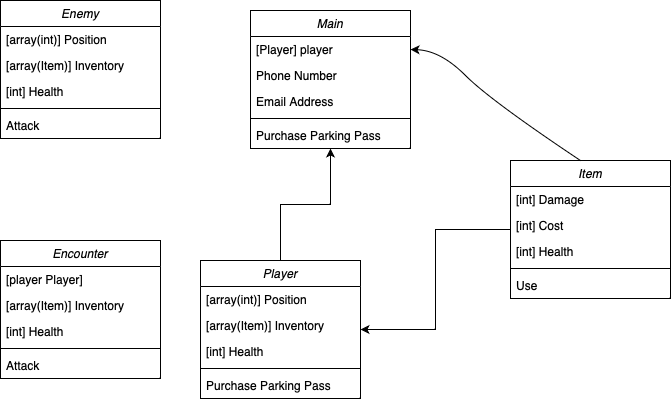
Before: images/ClassDiagram.png, a diagram exported from draw.io (OliverGibbons1/APCompPro24Group). Source tidied: cells renumbered, new cells last; positions are measured from the earlier drawing's top-left corner, leaving out a move shared by most shapes. Source of this version:
```xml
<mxGraphModel>
  <root>
    <mxCell id="0" />
    <mxCell id="1" parent="0" />
    <mxCell id="2" value="Main" style="swimlane;fontStyle=2;align=center;verticalAlign=top;horizontal=1;startSize=26;rounded=0;shadow=0;strokeWidth=1;" parent="1" vertex="1">
      <mxGeometry x="250" y="10" width="160" height="138" as="geometry" />
    </mxCell>
    <mxCell id="3" value="[Player] player" style="text;align=left;verticalAlign=top;spacingLeft=4;spacingRight=4;overflow=hidden;points=[[0,0.5],[1,0.5]];portConstraint=eastwest;" parent="2" vertex="1">
      <mxGeometry y="26" width="160" height="26" as="geometry" />
    </mxCell>
    <mxCell id="4" value="Phone Number" style="text;align=left;verticalAlign=top;spacingLeft=4;spacingRight=4;overflow=hidden;points=[[0,0.5],[1,0.5]];portConstraint=eastwest;rounded=0;shadow=0;html=0;" parent="2" vertex="1">
      <mxGeometry y="52" width="160" height="26" as="geometry" />
    </mxCell>
    <mxCell id="5" value="Email Address" style="text;align=left;verticalAlign=top;spacingLeft=4;spacingRight=4;overflow=hidden;rounded=0;shadow=0;html=0;" parent="2" vertex="1">
      <mxGeometry y="78" width="160" height="26" as="geometry" />
    </mxCell>
    <mxCell id="6" style="line;html=1;strokeWidth=1;align=left;verticalAlign=middle;spacingTop=-1;spacingLeft=3;spacingRight=3;labelPosition=right;" parent="2" vertex="1">
      <mxGeometry y="104" width="160" height="8" as="geometry" />
    </mxCell>
    <mxCell id="7" value="Purchase Parking Pass" style="text;align=left;verticalAlign=top;spacingLeft=4;spacingRight=4;overflow=hidden;points=[[0,0.5],[1,0.5]];portConstraint=eastwest;" parent="2" vertex="1">
      <mxGeometry y="112" width="160" height="26" as="geometry" />
    </mxCell>
    <mxCell id="8" style="edgeStyle=orthogonalEdgeStyle;rounded=0;jettySize=auto;html=1;" parent="1" edge="1" source="9" target="2">
      <mxGeometry relative="1" as="geometry" />
    </mxCell>
    <mxCell id="9" value="Player" style="swimlane;fontStyle=2;align=center;verticalAlign=top;horizontal=1;startSize=26;rounded=0;shadow=0;strokeWidth=1;" parent="1" vertex="1">
      <mxGeometry x="200" y="260" width="160" height="138" as="geometry" />
    </mxCell>
    <mxCell id="10" value="[array(int)] Position" style="text;align=left;verticalAlign=top;spacingLeft=4;spacingRight=4;overflow=hidden;rounded=0;shadow=0;html=0;" parent="9" vertex="1">
      <mxGeometry y="26" width="160" height="26" as="geometry" />
    </mxCell>
    <mxCell id="11" value="[array(Item)] Inventory" style="text;align=left;verticalAlign=top;spacingLeft=4;spacingRight=4;overflow=hidden;rounded=0;shadow=0;html=0;" parent="9" vertex="1">
      <mxGeometry y="52" width="160" height="26" as="geometry" />
    </mxCell>
    <mxCell id="12" value="[int] Health" style="text;align=left;verticalAlign=top;spacingLeft=4;spacingRight=4;overflow=hidden;rounded=0;shadow=0;html=0;" parent="9" vertex="1">
      <mxGeometry y="78" width="160" height="26" as="geometry" />
    </mxCell>
    <mxCell id="13" style="line;html=1;strokeWidth=1;align=left;verticalAlign=middle;spacingTop=-1;spacingLeft=3;spacingRight=3;labelPosition=right;" parent="9" vertex="1">
      <mxGeometry y="104" width="160" height="8" as="geometry" />
    </mxCell>
    <mxCell id="14" value="Purchase Parking Pass" style="text;align=left;verticalAlign=top;spacingLeft=4;spacingRight=4;overflow=hidden;" parent="9" vertex="1">
      <mxGeometry y="112" width="160" height="26" as="geometry" />
    </mxCell>
    <mxCell id="15" style="edgeStyle=orthogonalEdgeStyle;rounded=0;jettySize=auto;html=1;" parent="1" edge="1" source="16" target="9">
      <mxGeometry relative="1" as="geometry" />
    </mxCell>
    <mxCell id="16" value="Item" style="swimlane;fontStyle=2;align=center;verticalAlign=top;horizontal=1;startSize=26;rounded=0;shadow=0;strokeWidth=1;" parent="1" vertex="1">
      <mxGeometry x="510" y="160" width="160" height="138" as="geometry" />
    </mxCell>
    <mxCell id="17" value="[int] Damage" style="text;align=left;verticalAlign=top;spacingLeft=4;spacingRight=4;overflow=hidden;rounded=0;shadow=0;html=0;" parent="16" vertex="1">
      <mxGeometry y="26" width="160" height="26" as="geometry" />
    </mxCell>
    <mxCell id="18" value="[int] Cost" style="text;align=left;verticalAlign=top;spacingLeft=4;spacingRight=4;overflow=hidden;rounded=0;shadow=0;html=0;" parent="16" vertex="1">
      <mxGeometry y="52" width="160" height="26" as="geometry" />
    </mxCell>
    <mxCell id="19" value="[int] Health" style="text;align=left;verticalAlign=top;spacingLeft=4;spacingRight=4;overflow=hidden;rounded=0;shadow=0;html=0;" parent="16" vertex="1">
      <mxGeometry y="78" width="160" height="26" as="geometry" />
    </mxCell>
    <mxCell id="20" style="line;html=1;strokeWidth=1;align=left;verticalAlign=middle;spacingTop=-1;spacingLeft=3;spacingRight=3;labelPosition=right;" parent="16" vertex="1">
      <mxGeometry y="104" width="160" height="8" as="geometry" />
    </mxCell>
    <mxCell id="21" value="Use" style="text;align=left;verticalAlign=top;spacingLeft=4;spacingRight=4;overflow=hidden;" parent="16" vertex="1">
      <mxGeometry y="112" width="160" height="26" as="geometry" />
    </mxCell>
    <mxCell id="22" style="curved=1;endArrow=classic;html=1;rounded=0;exitX=0.437;exitY=0;exitDx=0;exitDy=0;exitPerimeter=0;entryX=1;entryY=0.5;entryDx=0;entryDy=0;" parent="1" edge="1" source="16" target="3">
      <mxGeometry relative="1" as="geometry">
        <Array as="points">
          <mxPoint x="490" y="100" />
          <mxPoint x="440" y="50" />
        </Array>
      </mxGeometry>
    </mxCell>
    <mxCell id="23" value="Enemy" style="swimlane;fontStyle=2;align=center;verticalAlign=top;horizontal=1;startSize=26;rounded=0;shadow=0;strokeWidth=1;" parent="1" vertex="1">
      <mxGeometry width="160" height="138" as="geometry" />
    </mxCell>
    <mxCell id="24" value="[array(int)] Position" style="text;align=left;verticalAlign=top;spacingLeft=4;spacingRight=4;overflow=hidden;rounded=0;shadow=0;html=0;" parent="23" vertex="1">
      <mxGeometry y="26" width="160" height="26" as="geometry" />
    </mxCell>
    <mxCell id="25" value="[array(Item)] Inventory" style="text;align=left;verticalAlign=top;spacingLeft=4;spacingRight=4;overflow=hidden;rounded=0;shadow=0;html=0;" parent="23" vertex="1">
      <mxGeometry y="52" width="160" height="26" as="geometry" />
    </mxCell>
    <mxCell id="26" value="[int] Health" style="text;align=left;verticalAlign=top;spacingLeft=4;spacingRight=4;overflow=hidden;rounded=0;shadow=0;html=0;" parent="23" vertex="1">
      <mxGeometry y="78" width="160" height="26" as="geometry" />
    </mxCell>
    <mxCell id="27" style="line;html=1;strokeWidth=1;align=left;verticalAlign=middle;spacingTop=-1;spacingLeft=3;spacingRight=3;labelPosition=right;" parent="23" vertex="1">
      <mxGeometry y="104" width="160" height="8" as="geometry" />
    </mxCell>
    <mxCell id="28" value="Attack" style="text;align=left;verticalAlign=top;spacingLeft=4;spacingRight=4;overflow=hidden;" parent="23" vertex="1">
      <mxGeometry y="112" width="160" height="26" as="geometry" />
    </mxCell>
    <mxCell id="29" value="Encounter" style="swimlane;fontStyle=2;align=center;verticalAlign=top;horizontal=1;startSize=26;rounded=0;shadow=0;strokeWidth=1;" parent="1" vertex="1">
      <mxGeometry y="240" width="160" height="138" as="geometry" />
    </mxCell>
    <mxCell id="30" value="[player Player]" style="text;align=left;verticalAlign=top;spacingLeft=4;spacingRight=4;overflow=hidden;rounded=0;shadow=0;html=0;" parent="29" vertex="1">
      <mxGeometry y="26" width="160" height="26" as="geometry" />
    </mxCell>
    <mxCell id="31" value="[array(Item)] Inventory" style="text;align=left;verticalAlign=top;spacingLeft=4;spacingRight=4;overflow=hidden;rounded=0;shadow=0;html=0;" parent="29" vertex="1">
      <mxGeometry y="52" width="160" height="26" as="geometry" />
    </mxCell>
    <mxCell id="32" value="[int] Health" style="text;align=left;verticalAlign=top;spacingLeft=4;spacingRight=4;overflow=hidden;rounded=0;shadow=0;html=0;" parent="29" vertex="1">
      <mxGeometry y="78" width="160" height="26" as="geometry" />
    </mxCell>
    <mxCell id="33" style="line;html=1;strokeWidth=1;align=left;verticalAlign=middle;spacingTop=-1;spacingLeft=3;spacingRight=3;labelPosition=right;" parent="29" vertex="1">
      <mxGeometry y="104" width="160" height="8" as="geometry" />
    </mxCell>
    <mxCell id="34" value="Attack" style="text;align=left;verticalAlign=top;spacingLeft=4;spacingRight=4;overflow=hidden;" parent="29" vertex="1">
      <mxGeometry y="112" width="160" height="26" as="geometry" />
    </mxCell>
  </root>
</mxGraphModel>
```
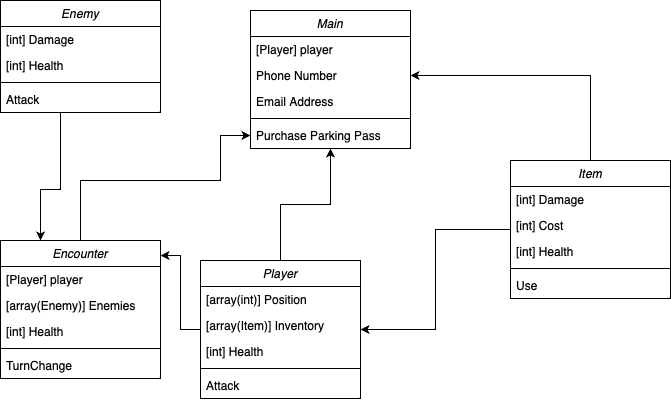
After the commit.

Change to the diagram source:
```diff
@@ -38,12 +38,15 @@
     <mxCell id="13" style="line;html=1;strokeWidth=1;align=left;verticalAlign=middle;spacingTop=-1;spacingLeft=3;spacingRight=3;labelPosition=right;" parent="9" vertex="1">
       <mxGeometry y="104" width="160" height="8" as="geometry" />
     </mxCell>
-    <mxCell id="14" value="Purchase Parking Pass" style="text;align=left;verticalAlign=top;spacingLeft=4;spacingRight=4;overflow=hidden;" parent="9" vertex="1">
+    <mxCell id="14" value="Attack" style="text;align=left;verticalAlign=top;spacingLeft=4;spacingRight=4;overflow=hidden;" parent="9" vertex="1">
       <mxGeometry y="112" width="160" height="26" as="geometry" />
     </mxCell>
     <mxCell id="15" style="edgeStyle=orthogonalEdgeStyle;rounded=0;jettySize=auto;html=1;" parent="1" edge="1" source="16" target="9">
       <mxGeometry relative="1" as="geometry" />
     </mxCell>
+    <mxCell id="35" style="edgeStyle=orthogonalEdgeStyle;rounded=0;jettySize=auto;html=1;exitX=0.5;exitY=0;exitDx=0;exitDy=0;entryX=1;entryY=0.5;entryDx=0;entryDy=0;" parent="1" edge="1" source="16" target="4">
+      <mxGeometry relative="1" as="geometry" />
+    </mxCell>
     <mxCell id="16" value="Item" style="swimlane;fontStyle=2;align=center;verticalAlign=top;horizontal=1;startSize=26;rounded=0;shadow=0;strokeWidth=1;" parent="1" vertex="1">
       <mxGeometry x="510" y="160" width="160" height="138" as="geometry" />
     </mxCell>
@@ -62,39 +65,45 @@
     <mxCell id="21" value="Use" style="text;align=left;verticalAlign=top;spacingLeft=4;spacingRight=4;overflow=hidden;" parent="16" vertex="1">
       <mxGeometry y="112" width="160" height="26" as="geometry" />
     </mxCell>
-    <mxCell id="22" style="curved=1;endArrow=classic;html=1;rounded=0;exitX=0.437;exitY=0;exitDx=0;exitDy=0;exitPerimeter=0;entryX=1;entryY=0.5;entryDx=0;entryDy=0;" parent="1" edge="1" source="16" target="3">
-      <mxGeometry relative="1" as="geometry">
-        <Array as="points">
-          <mxPoint x="490" y="100" />
-          <mxPoint x="440" y="50" />
-        </Array>
-      </mxGeometry>
-    </mxCell>
+    <mxCell id="36" style="edgeStyle=orthogonalEdgeStyle;rounded=0;jettySize=auto;html=1;entryX=0.25;entryY=0;entryDx=0;entryDy=0;" parent="1" edge="1" source="23" target="29">
+      <mxGeometry relative="1" as="geometry">
+        <Array as="points">
+          <mxPoint x="60" y="189" />
+          <mxPoint x="40" y="189" />
+        </Array>
+      </mxGeometry>
+    </mxCell>
     <mxCell id="23" value="Enemy" style="swimlane;fontStyle=2;align=center;verticalAlign=top;horizontal=1;startSize=26;rounded=0;shadow=0;strokeWidth=1;" parent="1" vertex="1">
-      <mxGeometry width="160" height="138" as="geometry" />
+      <mxGeometry width="160" height="112" as="geometry" />
     </mxCell>
-    <mxCell id="24" value="[array(int)] Position" style="text;align=left;verticalAlign=top;spacingLeft=4;spacingRight=4;overflow=hidden;rounded=0;shadow=0;html=0;" parent="23" vertex="1">
-      <mxGeometry y="26" width="160" height="26" as="geometry" />
-    </mxCell>
-    <mxCell id="25" value="[array(Item)] Inventory" style="text;align=left;verticalAlign=top;spacingLeft=4;spacingRight=4;overflow=hidden;rounded=0;shadow=0;html=0;" parent="23" vertex="1">
-      <mxGeometry y="52" width="160" height="26" as="geometry" />
+    <mxCell id="25" value="[int] Damage" style="text;align=left;verticalAlign=top;spacingLeft=4;spacingRight=4;overflow=hidden;rounded=0;shadow=0;html=0;" parent="23" vertex="1">
+      <mxGeometry y="26" width="160" height="26" as="geometry" />
     </mxCell>
     <mxCell id="26" value="[int] Health" style="text;align=left;verticalAlign=top;spacingLeft=4;spacingRight=4;overflow=hidden;rounded=0;shadow=0;html=0;" parent="23" vertex="1">
-      <mxGeometry y="78" width="160" height="26" as="geometry" />
+      <mxGeometry y="52" width="160" height="26" as="geometry" />
     </mxCell>
     <mxCell id="27" style="line;html=1;strokeWidth=1;align=left;verticalAlign=middle;spacingTop=-1;spacingLeft=3;spacingRight=3;labelPosition=right;" parent="23" vertex="1">
-      <mxGeometry y="104" width="160" height="8" as="geometry" />
+      <mxGeometry y="78" width="160" height="8" as="geometry" />
     </mxCell>
     <mxCell id="28" value="Attack" style="text;align=left;verticalAlign=top;spacingLeft=4;spacingRight=4;overflow=hidden;" parent="23" vertex="1">
-      <mxGeometry y="112" width="160" height="26" as="geometry" />
+      <mxGeometry y="86" width="160" height="26" as="geometry" />
     </mxCell>
+    <mxCell id="37" style="edgeStyle=orthogonalEdgeStyle;rounded=0;jettySize=auto;html=1;exitX=0.5;exitY=0;exitDx=0;exitDy=0;entryX=0;entryY=0.5;entryDx=0;entryDy=0;" parent="1" edge="1" source="29" target="7">
+      <mxGeometry relative="1" as="geometry">
+        <Array as="points">
+          <mxPoint x="80" y="180" />
+          <mxPoint x="220" y="180" />
+          <mxPoint x="220" y="135" />
+        </Array>
+      </mxGeometry>
+    </mxCell>
     <mxCell id="29" value="Encounter" style="swimlane;fontStyle=2;align=center;verticalAlign=top;horizontal=1;startSize=26;rounded=0;shadow=0;strokeWidth=1;" parent="1" vertex="1">
       <mxGeometry y="240" width="160" height="138" as="geometry" />
     </mxCell>
-    <mxCell id="30" value="[player Player]" style="text;align=left;verticalAlign=top;spacingLeft=4;spacingRight=4;overflow=hidden;rounded=0;shadow=0;html=0;" parent="29" vertex="1">
+    <mxCell id="30" value="[Player] player" style="text;align=left;verticalAlign=top;spacingLeft=4;spacingRight=4;overflow=hidden;rounded=0;shadow=0;html=0;" parent="29" vertex="1">
       <mxGeometry y="26" width="160" height="26" as="geometry" />
     </mxCell>
-    <mxCell id="31" value="[array(Item)] Inventory" style="text;align=left;verticalAlign=top;spacingLeft=4;spacingRight=4;overflow=hidden;rounded=0;shadow=0;html=0;" parent="29" vertex="1">
+    <mxCell id="31" value="[array(Enemy)] Enemies" style="text;align=left;verticalAlign=top;spacingLeft=4;spacingRight=4;overflow=hidden;rounded=0;shadow=0;html=0;" parent="29" vertex="1">
       <mxGeometry y="52" width="160" height="26" as="geometry" />
     </mxCell>
     <mxCell id="32" value="[int] Health" style="text;align=left;verticalAlign=top;spacingLeft=4;spacingRight=4;overflow=hidden;rounded=0;shadow=0;html=0;" parent="29" vertex="1">
@@ -103,8 +112,11 @@
     <mxCell id="33" style="line;html=1;strokeWidth=1;align=left;verticalAlign=middle;spacingTop=-1;spacingLeft=3;spacingRight=3;labelPosition=right;" parent="29" vertex="1">
       <mxGeometry y="104" width="160" height="8" as="geometry" />
     </mxCell>
-    <mxCell id="34" value="Attack" style="text;align=left;verticalAlign=top;spacingLeft=4;spacingRight=4;overflow=hidden;" parent="29" vertex="1">
+    <mxCell id="34" value="TurnChange" style="text;align=left;verticalAlign=top;spacingLeft=4;spacingRight=4;overflow=hidden;" parent="29" vertex="1">
       <mxGeometry y="112" width="160" height="26" as="geometry" />
     </mxCell>
+    <mxCell id="38" style="edgeStyle=orthogonalEdgeStyle;rounded=0;jettySize=auto;html=1;entryX=1;entryY=0.109;entryDx=0;entryDy=0;entryPerimeter=0;" parent="1" edge="1" source="9" target="29">
+      <mxGeometry relative="1" as="geometry" />
+    </mxCell>
   </root>
 </mxGraphModel>
```
